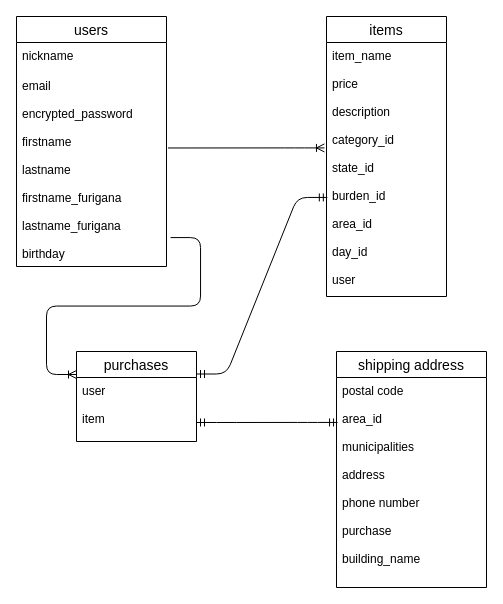
Earlier version of the draw.io diagram ER.dio (umedayuuki/furima-31511). Source tidied: cells renumbered, new cells numbered last; positions are measured from the earlier drawing's top-left corner, leaving out a move shared by most shapes. Both pictures are drawn from the tidied source at 100%, with x=0, y=0 at pixel (16, 16).
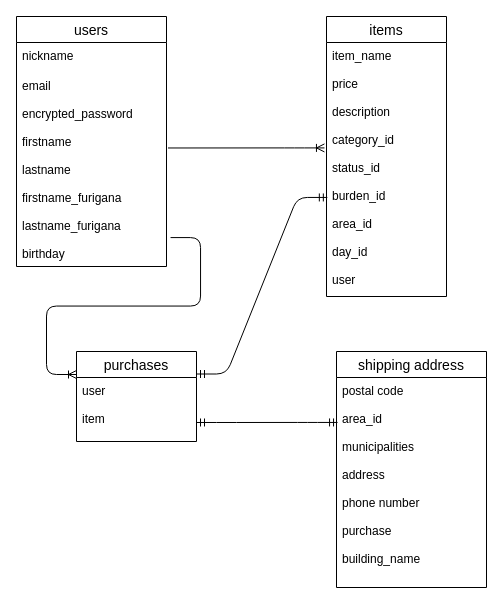
The same diagram, later.

Change to the diagram source:
```diff
@@
 <mxGraphModel>
   <root>
     <mxCell id="0" />
     <mxCell id="1" parent="0" />
     <mxCell id="2" value="users" style="swimlane;fontStyle=0;horizontal=1;startSize=26;align=center;fontSize=14;shadow=0;" parent="1" vertex="1">
       <mxGeometry width="150" height="250" as="geometry" />
     </mxCell>
     <mxCell id="3" value="nickname" style="text;strokeColor=none;fillColor=none;spacingLeft=4;spacingRight=4;overflow=hidden;fontSize=12;" parent="2" vertex="1">
       <mxGeometry y="26" width="150" height="30" as="geometry" />
     </mxCell>
     <mxCell id="4" value="email&#10;&#10;encrypted_password&#10;&#10;firstname&#10;&#10;lastname&#10;&#10;firstname_furigana&#10;&#10;lastname_furigana &#10;&#10;birthday" style="text;strokeColor=none;fillColor=none;spacingLeft=4;spacingRight=4;overflow=hidden;points=[[0,0.5],[1,0.5]];portConstraint=eastwest;fontSize=12;" parent="2" vertex="1">
       <mxGeometry y="56" width="150" height="194" as="geometry" />
     </mxCell>
     <mxCell id="5" value="items" style="swimlane;fontStyle=0;horizontal=1;startSize=26;align=center;fontSize=14;shadow=0;" parent="1" vertex="1">
       <mxGeometry x="310" width="120" height="280" as="geometry" />
     </mxCell>
-    <mxCell id="6" value="item_name&#10;&#10;price&#10;&#10;description&#10;&#10;category_id&#10;&#10;state_id&#10;&#10;burden_id&#10;&#10;area_id&#10;&#10;day_id&#10;&#10;user" style="text;strokeColor=none;fillColor=none;spacingLeft=4;spacingRight=4;overflow=hidden;points=[[0,0.5],[1,0.5]];portConstraint=eastwest;fontSize=12;" parent="5" vertex="1">
+    <mxCell id="6" value="item_name&#10;&#10;price&#10;&#10;description&#10;&#10;category_id&#10;&#10;status_id&#10;&#10;burden_id&#10;&#10;area_id&#10;&#10;day_id&#10;&#10;user" style="text;strokeColor=none;fillColor=none;spacingLeft=4;spacingRight=4;overflow=hidden;points=[[0,0.5],[1,0.5]];portConstraint=eastwest;fontSize=12;" parent="5" vertex="1">
       <mxGeometry y="26" width="120" height="254" as="geometry" />
     </mxCell>
     <mxCell id="7" value="purchases" style="swimlane;fontStyle=0;horizontal=1;startSize=26;align=center;fontSize=14;shadow=0;" parent="1" vertex="1">
       <mxGeometry x="60" y="335" width="120" height="90" as="geometry" />
     </mxCell>
     <mxCell id="8" value="user&#10;&#10;item" style="text;strokeColor=none;fillColor=none;spacingLeft=4;spacingRight=4;overflow=hidden;points=[[0,0.5],[1,0.5]];portConstraint=eastwest;fontSize=12;" parent="7" vertex="1">
       <mxGeometry y="26" width="120" height="64" as="geometry" />
     </mxCell>
     <mxCell id="9" value="shipping address" style="swimlane;fontStyle=0;horizontal=1;startSize=26;align=center;fontSize=14;shadow=0;" parent="1" vertex="1">
       <mxGeometry x="320" y="335" width="150" height="236" as="geometry" />
     </mxCell>
     <mxCell id="10" value="postal code&#10;&#10;area_id&#10;&#10;municipalities&#10;&#10;address&#10;&#10;phone number&#10;&#10;purchase&#10;&#10;building_name" style="text;strokeColor=none;fillColor=none;spacingLeft=4;spacingRight=4;overflow=hidden;points=[[0,0.5],[1,0.5]];portConstraint=eastwest;fontSize=12;" parent="9" vertex="1">
       <mxGeometry y="26" width="150" height="210" as="geometry" />
     </mxCell>
     <mxCell id="11" style="edgeStyle=entityRelationEdgeStyle;fontSize=12;html=1;endArrow=ERoneToMany;exitX=1.01;exitY=0.389;exitDx=0;exitDy=0;exitPerimeter=0;entryX=-0.017;entryY=0.415;entryDx=0;entryDy=0;entryPerimeter=0;" parent="1" edge="1" source="4" target="6">
       <mxGeometry relative="1" as="geometry" />
     </mxCell>
     <mxCell id="12" style="edgeStyle=entityRelationEdgeStyle;fontSize=12;html=1;endArrow=ERoneToMany;exitX=1.027;exitY=0.851;exitDx=0;exitDy=0;exitPerimeter=0;" parent="1" edge="1" source="4">
       <mxGeometry relative="1" as="geometry">
         <mxPoint x="60" y="358" as="targetPoint" />
       </mxGeometry>
     </mxCell>
     <mxCell id="13" style="edgeStyle=entityRelationEdgeStyle;fontSize=12;html=1;endArrow=ERmandOne;startArrow=ERmandOne;exitX=1;exitY=0.25;exitDx=0;exitDy=0;entryX=0.007;entryY=0.61;entryDx=0;entryDy=0;entryPerimeter=0;" parent="1" edge="1" source="7" target="6">
       <mxGeometry relative="1" as="geometry" />
     </mxCell>
     <mxCell id="14" style="edgeStyle=entityRelationEdgeStyle;fontSize=12;html=1;endArrow=ERmandOne;startArrow=ERmandOne;exitX=1;exitY=0.703;exitDx=0;exitDy=0;entryX=0.007;entryY=0.214;entryDx=0;entryDy=0;entryPerimeter=0;exitPerimeter=0;" parent="1" edge="1" source="8" target="10">
       <mxGeometry relative="1" as="geometry" />
     </mxCell>
   </root>
 </mxGraphModel>
```
